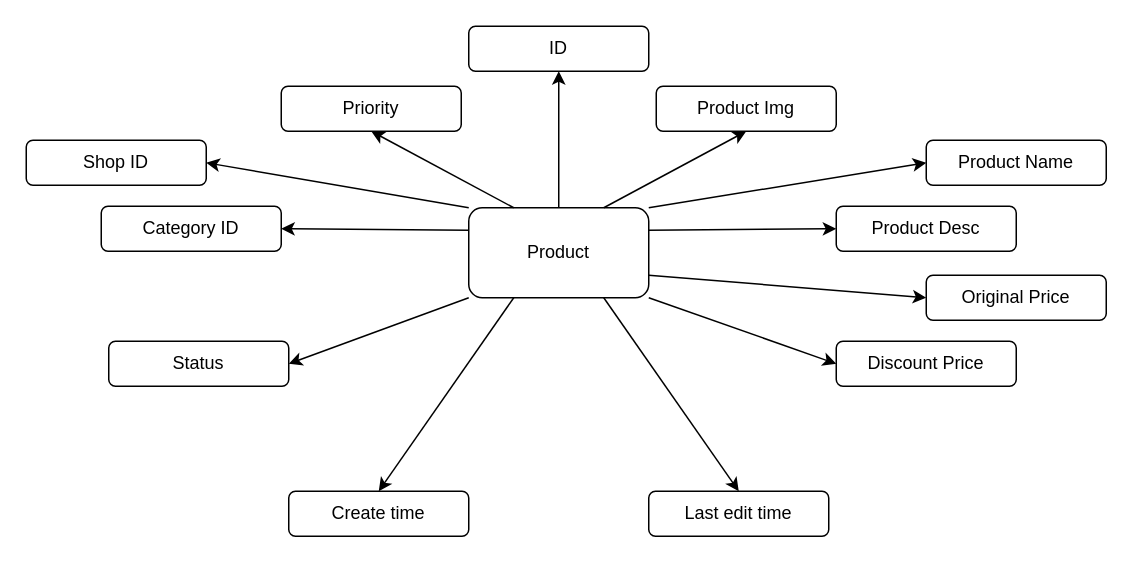
Before: page "Product" (9 of 9) of Entities.drawio in ProJBH/full_stack_web_design, a draw.io diagram. Source tidied: cells renumbered, new cells numbered last; positions are measured from the earlier drawing's top-left corner, leaving out a move shared by most shapes. Both pictures are drawn from the tidied source at 150%, with x=0, y=0 at pixel (26, 26).
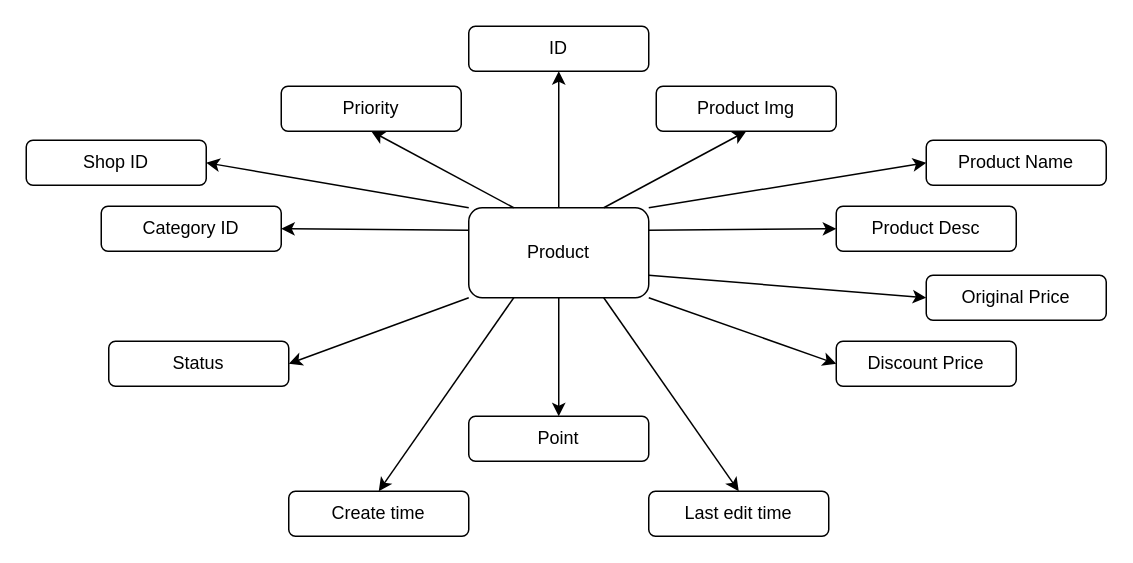
After the change.

Unchanged cells that the change refers to:
```xml
<mxCell id="2" value="Product" style="rounded=1;whiteSpace=wrap;html=1;" parent="1" vertex="1">
  <mxGeometry x="295" y="121" width="120" height="60" as="geometry" />
</mxCell>
```

Diff of the diagram source:
```diff
@@
+    <mxCell id="28" value="Point" style="rounded=1;whiteSpace=wrap;html=1;" parent="1" vertex="1">
+      <mxGeometry x="295" y="260" width="120" height="30" as="geometry" />
+    </mxCell>
+    <mxCell id="29" style="endArrow=classic;html=1;rounded=0;exitX=0.5;exitY=1;exitDx=0;exitDy=0;entryX=0.5;entryY=0;entryDx=0;entryDy=0;" parent="1" edge="1" source="2" target="28">
+      <mxGeometry relative="1" as="geometry" />
+    </mxCell>
```
